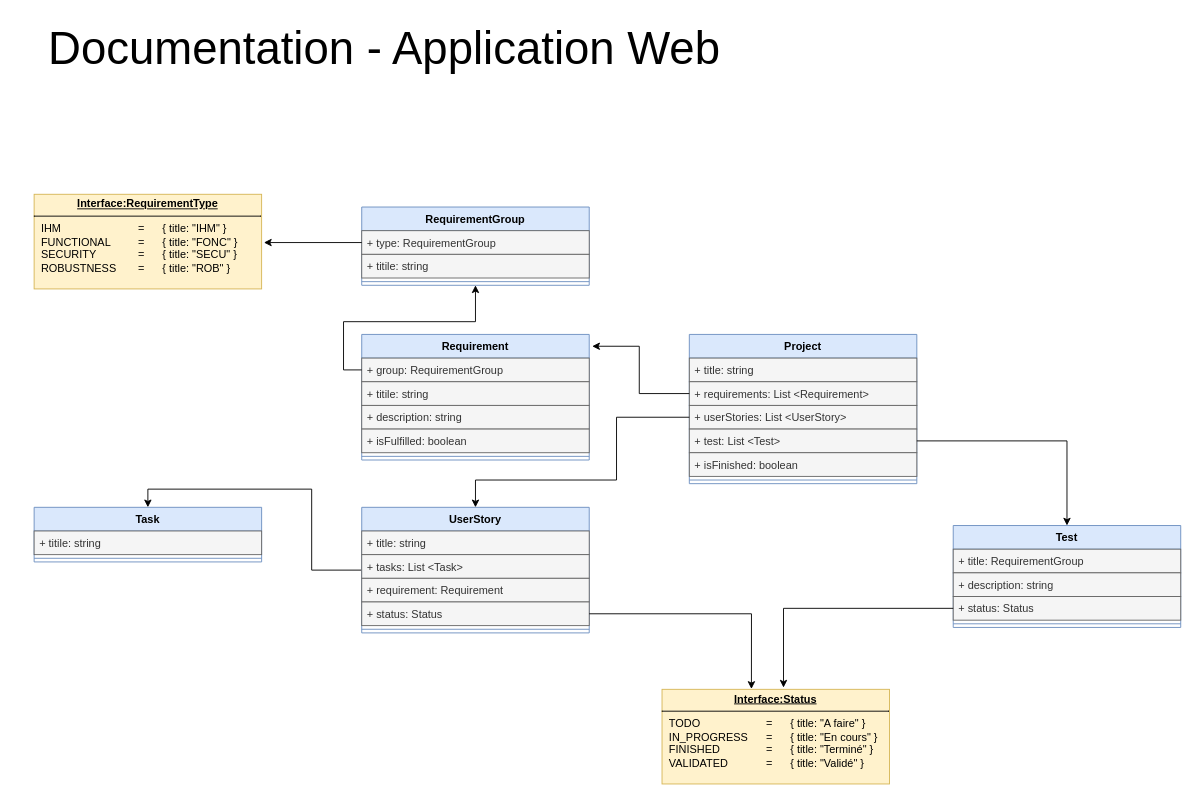
Earlier version of the draw.io diagram Documentation/Classe_UML.drawio (victor-dva/you-form-doc). Source tidied: cells renumbered, new cells numbered last; positions are measured from the earlier drawing's top-left corner, leaving out a move shared by most shapes. Both pictures are drawn from the tidied source at 91%, with x=0, y=0 at pixel (15, 15).
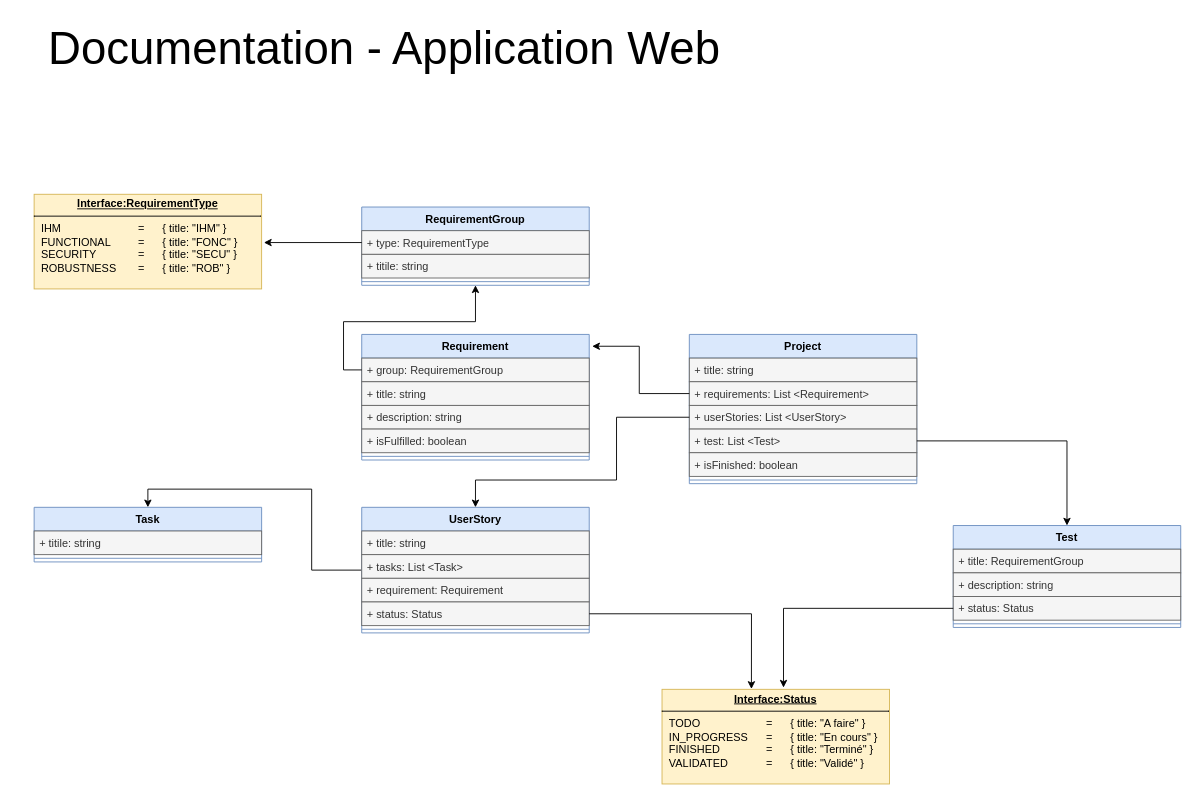
The same diagram, later.

Unchanged cells that the change refers to:
```xml
<mxCell id="10" value="&lt;font color=&quot;#000000&quot;&gt;Requirement&lt;/font&gt;" style="swimlane;fontStyle=1;align=center;verticalAlign=top;horizontal=1;startSize=26;whiteSpace=wrap;html=1;fillColor=#dae8fc;strokeColor=#6c8ebf;" parent="1" vertex="1">
  <mxGeometry x="380" y="350" width="250" height="138" as="geometry" />
</mxCell>
<mxCell id="16" value="&lt;font color=&quot;#000000&quot;&gt;RequirementGroup&lt;/font&gt;" style="swimlane;fontStyle=1;align=center;verticalAlign=top;horizontal=1;startSize=26;whiteSpace=wrap;html=1;fillColor=#dae8fc;strokeColor=#6c8ebf;" parent="1" vertex="1">
  <mxGeometry x="380" y="210" width="250" height="86" as="geometry" />
</mxCell>
```

What changed in the source:
```diff
@@
-    <mxCell id="12" value="+ titile: string" style="text;strokeColor=#666666;fillColor=#f5f5f5;align=left;verticalAlign=top;spacingLeft=4;spacingRight=4;overflow=hidden;whiteSpace=wrap;html=1;fontColor=#333333;" parent="10" vertex="1">
+    <mxCell id="12" value="+ title: string" style="text;strokeColor=#666666;fillColor=#f5f5f5;align=left;verticalAlign=top;spacingLeft=4;spacingRight=4;overflow=hidden;whiteSpace=wrap;html=1;fontColor=#333333;" parent="10" vertex="1">
       <mxGeometry y="52" width="250" height="26" as="geometry" />
     </mxCell>
@@
-    <mxCell id="17" value="+ type: RequirementGroup" style="text;strokeColor=#666666;fillColor=#f5f5f5;align=left;verticalAlign=top;spacingLeft=4;spacingRight=4;overflow=hidden;points=[[0,0.5],[1,0.5]];portConstraint=eastwest;whiteSpace=wrap;html=1;fontColor=#333333;" parent="16" vertex="1">
+    <mxCell id="17" value="+ type: RequirementType" style="text;strokeColor=#666666;fillColor=#f5f5f5;align=left;verticalAlign=top;spacingLeft=4;spacingRight=4;overflow=hidden;points=[[0,0.5],[1,0.5]];portConstraint=eastwest;whiteSpace=wrap;html=1;fontColor=#333333;" parent="16" vertex="1">
       <mxGeometry y="26" width="250" height="26" as="geometry" />
     </mxCell>
```
